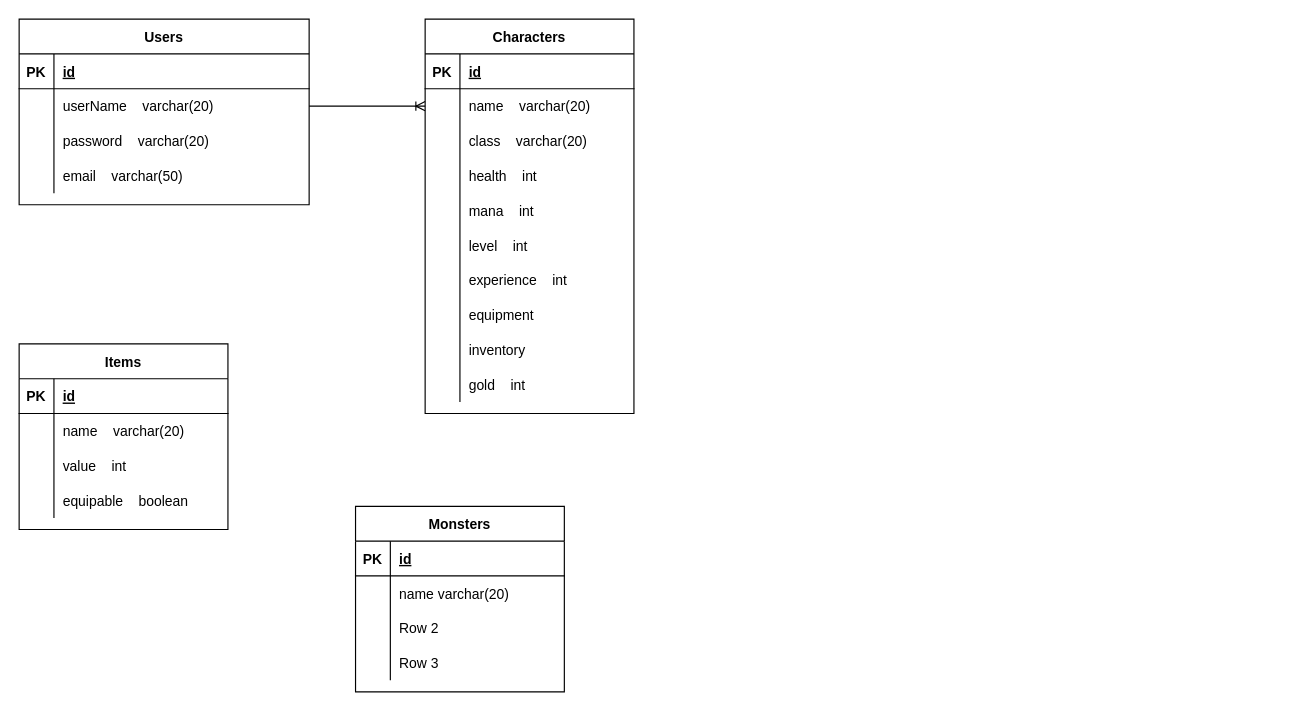
Earlier version of the draw.io diagram ERD.drawio (PredatorR10/Project-4-RPG). Source tidied: cells renumbered, new cells numbered last; positions are measured from the earlier drawing's top-left corner, leaving out a move shared by most shapes. Both pictures are drawn from the tidied source at 116%, with x=0, y=0 at pixel (19, 19).
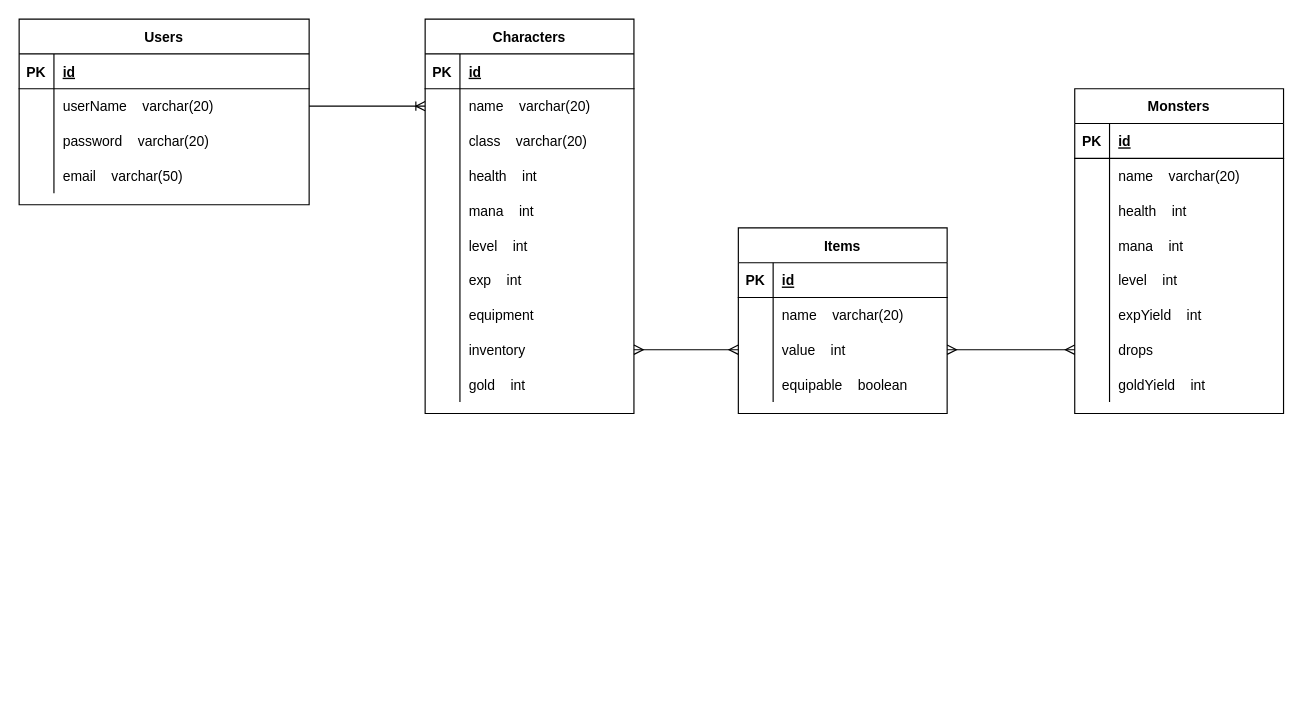
The same page after the edit.

Unchanged cells that the change refers to:
```xml
<mxCell id="34" style="shape=tableRow;horizontal=0;startSize=0;swimlaneHead=0;swimlaneBody=0;fillColor=none;top=0;left=0;right=0;bottom=0;" parent="15" vertex="1">
  <mxGeometry y="210" width="180" height="30" as="geometry" />
</mxCell>
<mxCell id="40" style="shape=tableRow;horizontal=0;startSize=0;swimlaneHead=0;swimlaneBody=0;fillColor=none;points=[[0,0.5],[1,0.5]];portConstraint=eastwest;top=0;left=0;right=0;bottom=0;" parent="15" vertex="1">
  <mxGeometry y="270" width="180" height="30" as="geometry" />
</mxCell>
<mxCell id="54" style="shape=tableRow;horizontal=0;startSize=0;swimlaneHead=0;swimlaneBody=0;fillColor=none;points=[[0,0.5],[1,0.5]];portConstraint=eastwest;top=0;left=0;right=0;bottom=0;" parent="47" vertex="1">
  <mxGeometry y="90" width="180" height="30" as="geometry" />
</mxCell>
<mxCell id="64" style="shape=tableRow;horizontal=0;startSize=0;swimlaneHead=0;swimlaneBody=0;fillColor=none;top=0;left=0;right=0;bottom=0;" parent="60" vertex="1">
  <mxGeometry y="60" width="180" height="30" as="geometry" />
</mxCell>
<mxCell id="67" style="shape=tableRow;horizontal=0;startSize=0;swimlaneHead=0;swimlaneBody=0;fillColor=none;top=0;left=0;right=0;bottom=0;" parent="60" vertex="1">
  <mxGeometry y="90" width="180" height="30" as="geometry" />
</mxCell>
<mxCell id="70" style="shape=tableRow;horizontal=0;startSize=0;swimlaneHead=0;swimlaneBody=0;fillColor=none;top=0;left=0;right=0;bottom=0;" parent="60" vertex="1">
  <mxGeometry y="120" width="180" height="30" as="geometry" />
</mxCell>
```

Change to the diagram source:
```diff
@@
-    <mxCell id="36" value="experience    int" style="shape=partialRectangle;fillColor=none;top=0;left=0;bottom=0;right=0;align=left;spacingLeft=6;overflow=hidden;" parent="34" vertex="1">
+    <mxCell id="36" value="exp    int" style="shape=partialRectangle;fillColor=none;top=0;left=0;bottom=0;right=0;align=left;spacingLeft=6;overflow=hidden;" parent="34" vertex="1">
       <mxGeometry x="30" width="150" height="30" as="geometry" />
     </mxCell>
@@
     <mxCell id="47" value="Items" style="shape=table;startSize=30;childLayout=tableLayout;rowLines=0;fontStyle=1;align=center;" parent="1" vertex="1">
-      <mxGeometry y="280" width="180" height="160" as="geometry" />
+      <mxGeometry x="620" y="180" width="180" height="160" as="geometry" />
     </mxCell>
@@
     <mxCell id="60" value="Monsters" style="shape=table;startSize=30;childLayout=tableLayout;rowLines=0;fontStyle=1;align=center;" parent="1" vertex="1">
-      <mxGeometry x="290" y="420" width="180" height="160" as="geometry" />
+      <mxGeometry x="910" y="60" width="180" height="280" as="geometry" />
     </mxCell>
@@
-    <mxCell id="66" value="name varchar(20)" style="shape=partialRectangle;fillColor=none;top=0;left=0;bottom=0;right=0;align=left;spacingLeft=6;overflow=hidden;" parent="64" vertex="1">
+    <mxCell id="66" value="name    varchar(20)" style="shape=partialRectangle;fillColor=none;top=0;left=0;bottom=0;right=0;align=left;spacingLeft=6;overflow=hidden;" parent="64" vertex="1">
       <mxGeometry x="30" width="150" height="30" as="geometry" />
     </mxCell>
@@
-    <mxCell id="69" value="Row 2" style="shape=partialRectangle;fillColor=none;top=0;left=0;bottom=0;right=0;align=left;spacingLeft=6;overflow=hidden;" parent="67" vertex="1">
+    <mxCell id="69" value="health    int" style="shape=partialRectangle;fillColor=none;top=0;left=0;bottom=0;right=0;align=left;spacingLeft=6;overflow=hidden;" parent="67" vertex="1">
       <mxGeometry x="30" width="150" height="30" as="geometry" />
     </mxCell>
@@
-    <mxCell id="72" value="Row 3" style="shape=partialRectangle;fillColor=none;top=0;left=0;bottom=0;right=0;align=left;spacingLeft=6;overflow=hidden;" parent="70" vertex="1">
+    <mxCell id="72" value="mana    int" style="shape=partialRectangle;fillColor=none;top=0;left=0;bottom=0;right=0;align=left;spacingLeft=6;overflow=hidden;" parent="70" vertex="1">
       <mxGeometry x="30" width="150" height="30" as="geometry" />
     </mxCell>
+    <mxCell id="73" style="shape=tableRow;horizontal=0;startSize=0;swimlaneHead=0;swimlaneBody=0;fillColor=none;top=0;left=0;right=0;bottom=0;" parent="60" vertex="1">
+      <mxGeometry y="150" width="180" height="30" as="geometry" />
+    </mxCell>
+    <mxCell id="74" style="shape=partialRectangle;fillColor=none;top=0;left=0;bottom=0;right=0;overflow=hidden;" parent="73" vertex="1">
+      <mxGeometry width="30" height="30" as="geometry" />
+    </mxCell>
+    <mxCell id="75" value="level    int" style="shape=partialRectangle;fillColor=none;top=0;left=0;bottom=0;right=0;align=left;spacingLeft=6;overflow=hidden;" parent="73" vertex="1">
+      <mxGeometry x="30" width="150" height="30" as="geometry" />
+    </mxCell>
+    <mxCell id="76" style="shape=tableRow;horizontal=0;startSize=0;swimlaneHead=0;swimlaneBody=0;fillColor=none;top=0;left=0;right=0;bottom=0;" parent="60" vertex="1">
+      <mxGeometry y="180" width="180" height="30" as="geometry" />
+    </mxCell>
+    <mxCell id="77" style="shape=partialRectangle;fillColor=none;top=0;left=0;bottom=0;right=0;overflow=hidden;" parent="76" vertex="1">
+      <mxGeometry width="30" height="30" as="geometry" />
+    </mxCell>
+    <mxCell id="78" value="expYield    int" style="shape=partialRectangle;fillColor=none;top=0;left=0;bottom=0;right=0;align=left;spacingLeft=6;overflow=hidden;" parent="76" vertex="1">
+      <mxGeometry x="30" width="150" height="30" as="geometry" />
+    </mxCell>
+    <mxCell id="79" style="shape=tableRow;horizontal=0;startSize=0;swimlaneHead=0;swimlaneBody=0;fillColor=none;points=[[0,0.5],[1,0.5]];portConstraint=eastwest;top=0;left=0;right=0;bottom=0;" parent="60" vertex="1">
+      <mxGeometry y="210" width="180" height="30" as="geometry" />
+    </mxCell>
+    <mxCell id="80" style="shape=partialRectangle;fillColor=none;top=0;left=0;bottom=0;right=0;overflow=hidden;" parent="79" vertex="1">
+      <mxGeometry width="30" height="30" as="geometry" />
+    </mxCell>
+    <mxCell id="81" value="drops" style="shape=partialRectangle;fillColor=none;top=0;left=0;bottom=0;right=0;align=left;spacingLeft=6;overflow=hidden;" parent="79" vertex="1">
+      <mxGeometry x="30" width="150" height="30" as="geometry" />
+    </mxCell>
+    <mxCell id="82" style="shape=tableRow;horizontal=0;startSize=0;swimlaneHead=0;swimlaneBody=0;fillColor=none;top=0;left=0;right=0;bottom=0;" parent="60" vertex="1">
+      <mxGeometry y="240" width="180" height="30" as="geometry" />
+    </mxCell>
+    <mxCell id="83" style="shape=partialRectangle;fillColor=none;top=0;left=0;bottom=0;right=0;overflow=hidden;" parent="82" vertex="1">
+      <mxGeometry width="30" height="30" as="geometry" />
+    </mxCell>
+    <mxCell id="84" value="goldYield    int" style="shape=partialRectangle;fillColor=none;top=0;left=0;bottom=0;right=0;align=left;spacingLeft=6;overflow=hidden;" parent="82" vertex="1">
+      <mxGeometry x="30" width="150" height="30" as="geometry" />
+    </mxCell>
+    <mxCell id="85" style="edgeStyle=entityRelationEdgeStyle;fontSize=12;html=1;endArrow=ERmany;startArrow=ERmany;rounded=0;entryX=0;entryY=0.5;entryDx=0;entryDy=0;exitX=1;exitY=0.5;exitDx=0;exitDy=0;" parent="1" edge="1" source="40" target="54">
+      <mxGeometry relative="1" as="geometry" />
+    </mxCell>
+    <mxCell id="86" style="edgeStyle=entityRelationEdgeStyle;fontSize=12;html=1;endArrow=ERmany;startArrow=ERmany;rounded=0;entryX=0;entryY=0.5;entryDx=0;entryDy=0;exitX=1;exitY=0.5;exitDx=0;exitDy=0;" parent="1" edge="1" source="54" target="79">
+      <mxGeometry relative="1" as="geometry" />
+    </mxCell>
```
